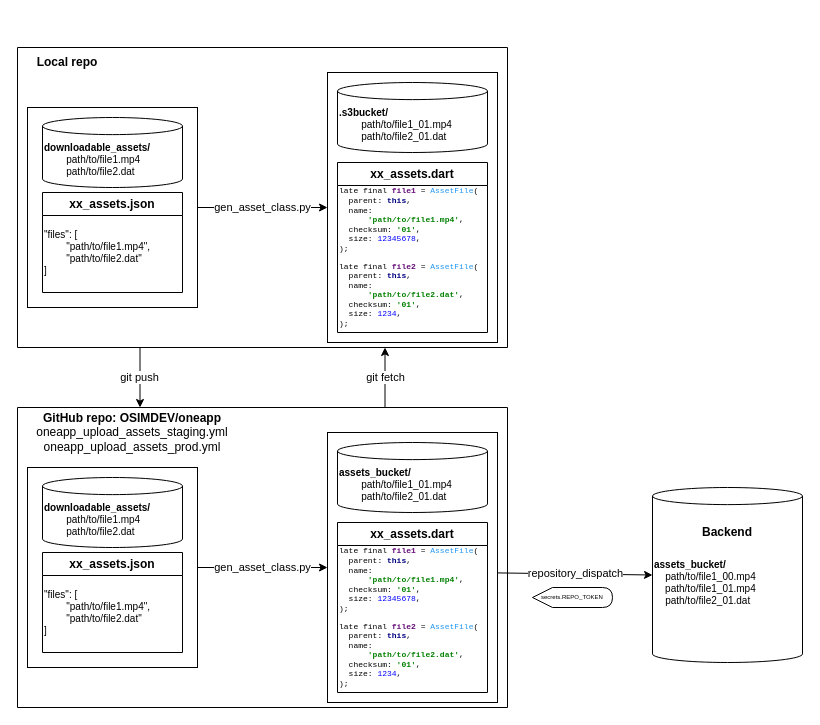
benjamin-tan-osim/diagrams keeps this draw.io diagram as page "old workflow" (1 of 3) of Untitled Diagram.drawio. Above is the earlier version. Source tidied: cells renumbered, new cells numbered last; positions are measured from the earlier drawing's top-left corner, leaving out a move shared by most shapes. Both pictures are drawn from the tidied source at 100%, with x=0, y=0 at pixel (17, 47).
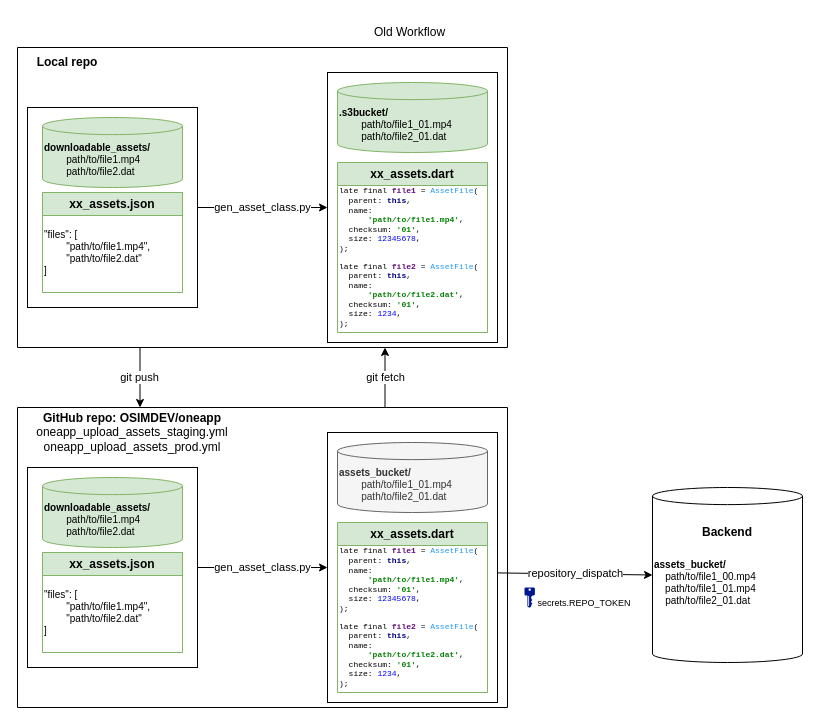
The same page after the edit.

Unchanged cells that the change refers to:
```xml
<mxCell id="3" style="group;" parent="2" vertex="1">
  <mxGeometry x="10" y="60" width="170" height="200" as="geometry" />
</mxCell>
<mxCell id="8" style="group;" parent="2" vertex="1">
  <mxGeometry x="310" y="25" width="170" height="270" as="geometry" />
</mxCell>
<mxCell id="16" style="group;" parent="1" vertex="1">
  <mxGeometry y="360" width="530" height="300" as="geometry" />
</mxCell>
<mxCell id="17" style="group;" parent="16" vertex="1">
  <mxGeometry x="10" y="60" width="170" height="200" as="geometry" />
</mxCell>
<mxCell id="22" style="group;" parent="16" vertex="1">
  <mxGeometry x="310" y="25" width="170" height="270" as="geometry" />
</mxCell>
```

Change to the diagram source:
```diff
@@
-    <mxCell id="5" value="xx_assets.json" style="swimlane;whiteSpace=wrap;html=1;align=center;" parent="3" vertex="1">
+    <mxCell id="5" value="xx_assets.json" style="swimlane;whiteSpace=wrap;html=1;align=center;fillColor=#d5e8d4;strokeColor=#82b366;" parent="3" vertex="1">
       <mxGeometry x="15" y="85" width="140" height="100" as="geometry" />
     </mxCell>
@@
-    <mxCell id="7" value="&lt;b style=&quot;font-size: 10px;&quot;&gt;downloadable_assets/&lt;/b&gt;&lt;br style=&quot;font-size: 10px;&quot;&gt;&lt;span style=&quot;white-space: pre; font-size: 10px;&quot;&gt;&#9;&lt;/span&gt;path/to/file1.mp4&lt;br style=&quot;font-size: 10px;&quot;&gt;&lt;span style=&quot;white-space: pre; font-size: 10px;&quot;&gt;&#9;&lt;/span&gt;path/to/file2.dat" style="shape=cylinder3;whiteSpace=wrap;html=1;boundedLbl=1;backgroundOutline=1;size=8.555555555555486;align=left;fontSize=10;" parent="3" vertex="1">
+    <mxCell id="7" value="&lt;b style=&quot;font-size: 10px;&quot;&gt;downloadable_assets/&lt;/b&gt;&lt;br style=&quot;font-size: 10px;&quot;&gt;&lt;span style=&quot;white-space: pre; font-size: 10px;&quot;&gt;&#9;&lt;/span&gt;path/to/file1.mp4&lt;br style=&quot;font-size: 10px;&quot;&gt;&lt;span style=&quot;white-space: pre; font-size: 10px;&quot;&gt;&#9;&lt;/span&gt;path/to/file2.dat" style="shape=cylinder3;whiteSpace=wrap;html=1;boundedLbl=1;backgroundOutline=1;size=8.555555555555486;align=left;fontSize=10;fillColor=#d5e8d4;strokeColor=#82b366;" parent="3" vertex="1">
       <mxGeometry x="15" y="10" width="140" height="70" as="geometry" />
     </mxCell>
@@
-    <mxCell id="10" value="&lt;b style=&quot;font-size: 10px;&quot;&gt;.s3bucket/&lt;/b&gt;&lt;br style=&quot;font-size: 10px;&quot;&gt;&lt;span style=&quot;white-space: pre; font-size: 10px;&quot;&gt;&#9;&lt;/span&gt;path/to/file1_01.mp4&lt;br style=&quot;font-size: 10px;&quot;&gt;&lt;span style=&quot;white-space: pre; font-size: 10px;&quot;&gt;&#9;&lt;/span&gt;path/to/file2_01.dat" style="shape=cylinder3;whiteSpace=wrap;html=1;boundedLbl=1;backgroundOutline=1;size=8.555555555555486;align=left;fontSize=10;" parent="8" vertex="1">
+    <mxCell id="10" value="&lt;b style=&quot;font-size: 10px;&quot;&gt;.s3bucket/&lt;/b&gt;&lt;br style=&quot;font-size: 10px;&quot;&gt;&lt;span style=&quot;white-space: pre; font-size: 10px;&quot;&gt;&#9;&lt;/span&gt;path/to/file1_01.mp4&lt;br style=&quot;font-size: 10px;&quot;&gt;&lt;span style=&quot;white-space: pre; font-size: 10px;&quot;&gt;&#9;&lt;/span&gt;path/to/file2_01.dat" style="shape=cylinder3;whiteSpace=wrap;html=1;boundedLbl=1;backgroundOutline=1;size=8.555555555555486;align=left;fontSize=10;fillColor=#d5e8d4;strokeColor=#82b366;" parent="8" vertex="1">
       <mxGeometry x="10" y="10" width="150" height="70" as="geometry" />
     </mxCell>
-    <mxCell id="11" value="xx_assets.dart" style="swimlane;whiteSpace=wrap;html=1;align=center;" parent="8" vertex="1">
+    <mxCell id="11" value="xx_assets.dart" style="swimlane;whiteSpace=wrap;html=1;align=center;fillColor=#d5e8d4;strokeColor=#82b366;" parent="8" vertex="1">
       <mxGeometry x="10" y="90" width="150" height="170" as="geometry" />
     </mxCell>
@@
-    <mxCell id="19" value="xx_assets.json" style="swimlane;whiteSpace=wrap;html=1;align=center;" parent="17" vertex="1">
+    <mxCell id="19" value="xx_assets.json" style="swimlane;whiteSpace=wrap;html=1;align=center;fillColor=#d5e8d4;strokeColor=#82b366;" parent="17" vertex="1">
       <mxGeometry x="15" y="85" width="140" height="100" as="geometry" />
     </mxCell>
@@
-    <mxCell id="21" value="&lt;b style=&quot;font-size: 10px;&quot;&gt;downloadable_assets/&lt;/b&gt;&lt;br style=&quot;font-size: 10px;&quot;&gt;&lt;span style=&quot;white-space: pre; font-size: 10px;&quot;&gt;&#9;&lt;/span&gt;path/to/file1.mp4&lt;br style=&quot;font-size: 10px;&quot;&gt;&lt;span style=&quot;white-space: pre; font-size: 10px;&quot;&gt;&#9;&lt;/span&gt;path/to/file2.dat" style="shape=cylinder3;whiteSpace=wrap;html=1;boundedLbl=1;backgroundOutline=1;size=8.555555555555486;align=left;fontSize=10;" parent="17" vertex="1">
+    <mxCell id="21" value="&lt;b style=&quot;font-size: 10px;&quot;&gt;downloadable_assets/&lt;/b&gt;&lt;br style=&quot;font-size: 10px;&quot;&gt;&lt;span style=&quot;white-space: pre; font-size: 10px;&quot;&gt;&#9;&lt;/span&gt;path/to/file1.mp4&lt;br style=&quot;font-size: 10px;&quot;&gt;&lt;span style=&quot;white-space: pre; font-size: 10px;&quot;&gt;&#9;&lt;/span&gt;path/to/file2.dat" style="shape=cylinder3;whiteSpace=wrap;html=1;boundedLbl=1;backgroundOutline=1;size=8.555555555555486;align=left;fontSize=10;fillColor=#d5e8d4;strokeColor=#82b366;" parent="17" vertex="1">
       <mxGeometry x="15" y="10" width="140" height="70" as="geometry" />
     </mxCell>
@@
-    <mxCell id="24" value="&lt;b style=&quot;font-size: 10px;&quot;&gt;assets_bucket/&lt;/b&gt;&lt;br style=&quot;font-size: 10px;&quot;&gt;&lt;span style=&quot;white-space: pre; font-size: 10px;&quot;&gt;&#9;&lt;/span&gt;path/to/file1_01.mp4&lt;br style=&quot;font-size: 10px;&quot;&gt;&lt;span style=&quot;white-space: pre; font-size: 10px;&quot;&gt;&#9;&lt;/span&gt;path/to/file2_01.dat" style="shape=cylinder3;whiteSpace=wrap;html=1;boundedLbl=1;backgroundOutline=1;size=8.555555555555486;align=left;fontSize=10;" parent="22" vertex="1">
+    <mxCell id="24" value="&lt;b style=&quot;font-size: 10px;&quot;&gt;assets_bucket/&lt;/b&gt;&lt;br style=&quot;font-size: 10px;&quot;&gt;&lt;span style=&quot;white-space: pre; font-size: 10px;&quot;&gt;&#9;&lt;/span&gt;path/to/file1_01.mp4&lt;br style=&quot;font-size: 10px;&quot;&gt;&lt;span style=&quot;white-space: pre; font-size: 10px;&quot;&gt;&#9;&lt;/span&gt;path/to/file2_01.dat" style="shape=cylinder3;whiteSpace=wrap;html=1;boundedLbl=1;backgroundOutline=1;size=8.555555555555486;align=left;fontSize=10;fillColor=#f5f5f5;fontColor=#333333;strokeColor=#666666;" parent="22" vertex="1">
       <mxGeometry x="10" y="10" width="150" height="70" as="geometry" />
     </mxCell>
-    <mxCell id="25" value="xx_assets.dart" style="swimlane;whiteSpace=wrap;html=1;align=center;" parent="22" vertex="1">
+    <mxCell id="25" value="xx_assets.dart" style="swimlane;whiteSpace=wrap;html=1;align=center;fillColor=#d5e8d4;strokeColor=#82b366;" parent="22" vertex="1">
       <mxGeometry x="10" y="90" width="150" height="170" as="geometry" />
     </mxCell>
@@
+    <mxCell id="36" style="sketch=0;shadow=0;dashed=0;html=1;strokeColor=none;labelPosition=center;verticalLabelPosition=bottom;verticalAlign=top;align=center;fillColor=#00188D;shape=mxgraph.mscae.enterprise.key_permissions;" parent="16" vertex="1">
+      <mxGeometry x="507" y="180" width="10.4" height="20" as="geometry" />
+    </mxCell>
@@
-    <mxCell id="33" value="secrets.REPO_TOKEN" style="shape=display;whiteSpace=wrap;html=1;fontSize=6;" parent="1" vertex="1">
-      <mxGeometry x="515" y="540" width="80" height="20" as="geometry" />
-    </mxCell>
@@
+    <mxCell id="33" value="&lt;font style=&quot;font-size: 9px;&quot;&gt;secrets.REPO_TOKEN&lt;/font&gt;" style="text;html=1;strokeColor=none;fillColor=none;align=center;verticalAlign=middle;whiteSpace=wrap;rounded=0;" parent="1" vertex="1">
+      <mxGeometry x="537" y="540" width="60" height="30" as="geometry" />
+    </mxCell>
+    <mxCell id="37" value="Old Workflow" style="text;html=1;strokeColor=none;fillColor=none;align=center;verticalAlign=middle;whiteSpace=wrap;rounded=0;" parent="1" vertex="1">
+      <mxGeometry x="339" y="-30" width="107" height="30" as="geometry" />
+    </mxCell>
```
